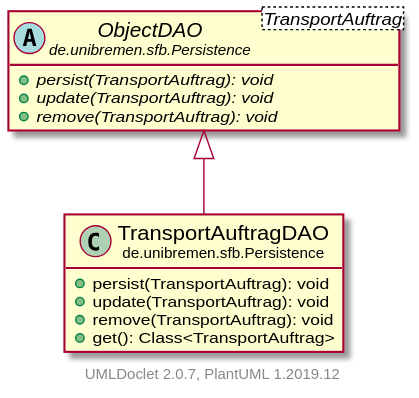
Before: doc/UML/modulsichtSVG/TransportAuftragDAO.svg, a diagram exported from PlantUML (fkehlenb/softwareprojekt-2).
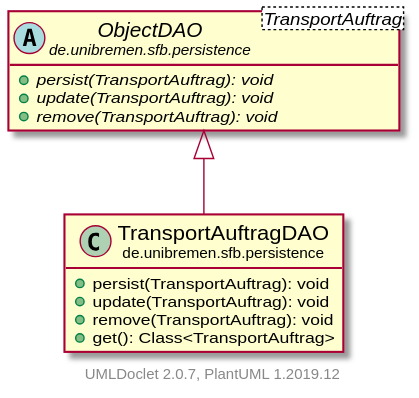
After the change.

Change to the diagram source:
```diff
@@ -3,20 +3,20 @@
     hide empty fields
     hide empty methods
 
-    class "<size:14>TransportAuftragDAO\n<size:10>de.unibremen.sfb.Persistence" as de.unibremen.sfb.Persistence.TransportAuftragDAO [[TransportAuftragDAO.html]] {
+    class "<size:14>TransportAuftragDAO\n<size:10>de.unibremen.sfb.persistence" as de.unibremen.sfb.persistence.TransportAuftragDAO [[TransportAuftragDAO.html]] {
         +persist(TransportAuftrag): void
         +update(TransportAuftrag): void
         +remove(TransportAuftrag): void
         +get(): Class<TransportAuftrag>
     }
 
-    abstract class "<size:14>ObjectDAO\n<size:10>de.unibremen.sfb.Persistence" as de.unibremen.sfb.Persistence.ObjectDAO<TransportAuftrag> [[ObjectDAO.html]] {
+    abstract class "<size:14>ObjectDAO\n<size:10>de.unibremen.sfb.persistence" as de.unibremen.sfb.persistence.ObjectDAO<TransportAuftrag> [[ObjectDAO.html]] {
         {abstract} +persist(TransportAuftrag): void
         {abstract} +update(TransportAuftrag): void
         {abstract} +remove(TransportAuftrag): void
     }
 
-    de.unibremen.sfb.Persistence.ObjectDAO <|-- de.unibremen.sfb.Persistence.TransportAuftragDAO
+    de.unibremen.sfb.persistence.ObjectDAO <|-- de.unibremen.sfb.persistence.TransportAuftragDAO
 
     center footer UMLDoclet 2.0.7, PlantUML 1.2019.12
 @enduml
```
